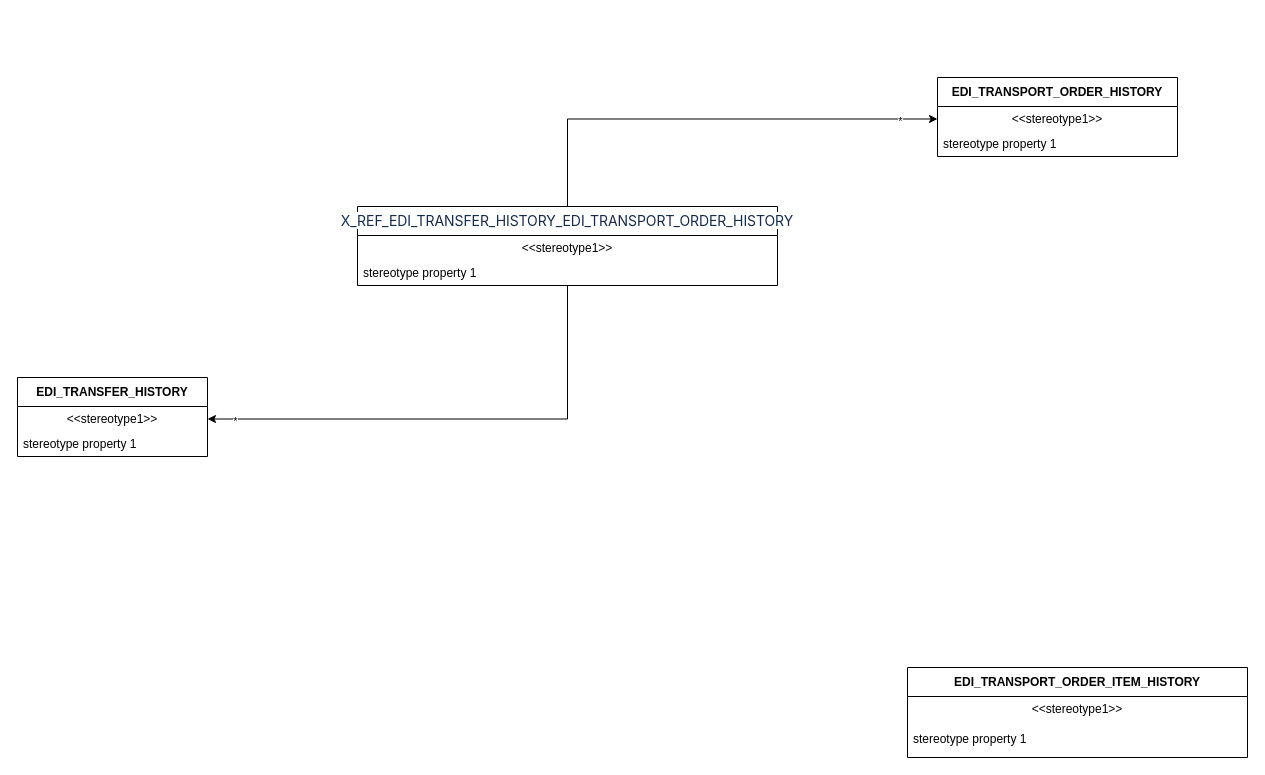
Before: EDI history.drawio in hellxcz/Common, a draw.io diagram. Source tidied: cells renumbered, new cells numbered last; positions are measured from the earlier drawing's top-left corner, leaving out a move shared by most shapes. Both pictures are drawn from the tidied source at 100%, with x=0, y=0 at pixel (17, 77).
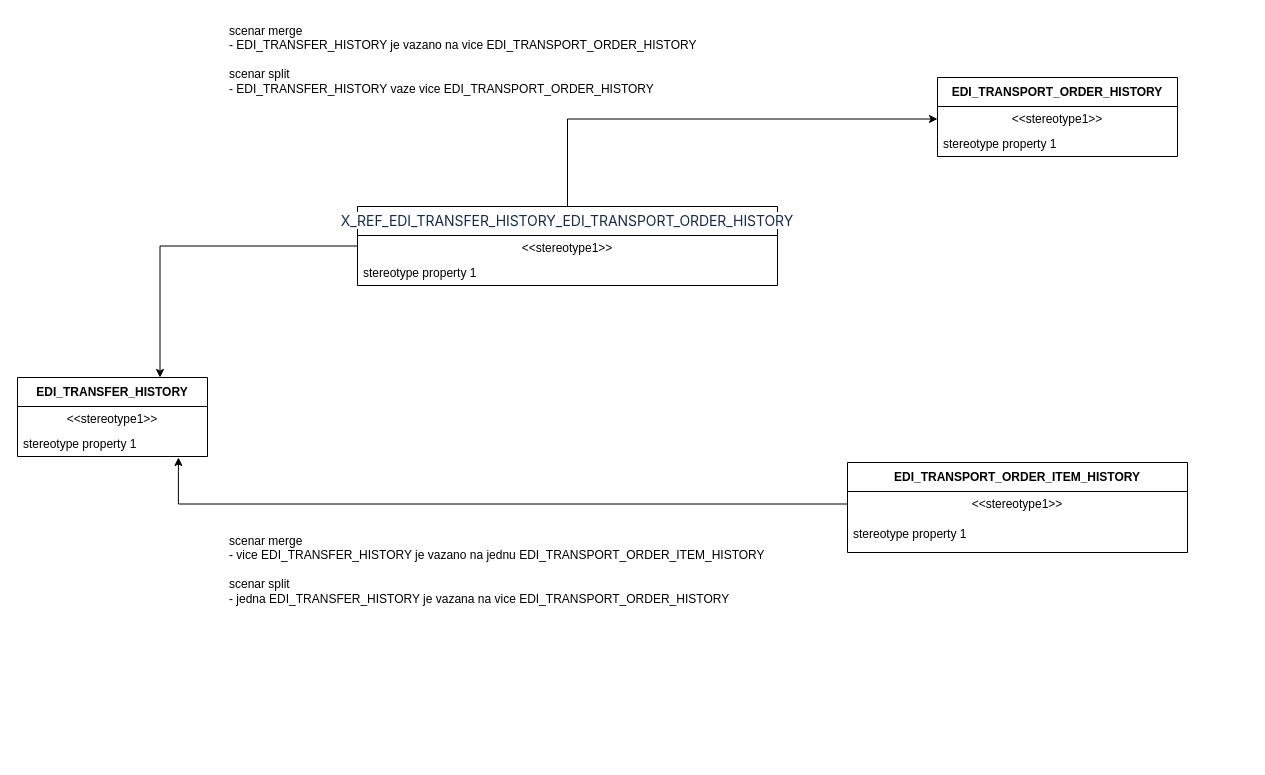
The same page after the edit.

Diff of the diagram source:
```diff
@@
 <mxGraphModel>
   <root>
     <mxCell id="0" />
     <mxCell id="1" parent="0" />
     <mxCell id="2" value="EDI_TRANSFER_HISTORY" style="swimlane;fontStyle=1;align=center;verticalAlign=middle;horizontal=1;startSize=29;html=1;whiteSpace=wrap;" parent="1" vertex="1">
       <mxGeometry y="300" width="190" height="79" as="geometry" />
     </mxCell>
     <mxCell id="3" value="&amp;lt;&amp;lt;stereotype1&amp;gt;&amp;gt;" style="text;html=1;strokeColor=none;fillColor=none;align=center;verticalAlign=middle;spacingLeft=4;spacingRight=4;overflow=hidden;points=[[0,0.5],[1,0.5]];portConstraint=eastwest;whiteSpace=wrap;" parent="2" vertex="1">
       <mxGeometry y="29" width="190" height="25" as="geometry" />
     </mxCell>
     <mxCell id="4" value="stereotype property 1" style="text;html=1;strokeColor=none;fillColor=none;align=left;verticalAlign=middle;spacingLeft=4;spacingRight=4;overflow=hidden;points=[[0,0.5],[1,0.5]];portConstraint=eastwest;whiteSpace=wrap;" parent="2" vertex="1">
       <mxGeometry y="54" width="190" height="25" as="geometry" />
     </mxCell>
     <mxCell id="5" value="EDI_TRANSPORT_ORDER_HISTORY" style="swimlane;fontStyle=1;align=center;verticalAlign=middle;horizontal=1;startSize=29;html=1;whiteSpace=wrap;" parent="1" vertex="1">
       <mxGeometry x="920" width="240" height="79" as="geometry" />
     </mxCell>
     <mxCell id="6" value="&amp;lt;&amp;lt;stereotype1&amp;gt;&amp;gt;" style="text;html=1;strokeColor=none;fillColor=none;align=center;verticalAlign=middle;spacingLeft=4;spacingRight=4;overflow=hidden;points=[[0,0.5],[1,0.5]];portConstraint=eastwest;whiteSpace=wrap;" parent="5" vertex="1">
       <mxGeometry y="29" width="240" height="25" as="geometry" />
     </mxCell>
     <mxCell id="7" value="stereotype property 1" style="text;html=1;strokeColor=none;fillColor=none;align=left;verticalAlign=middle;spacingLeft=4;spacingRight=4;overflow=hidden;whiteSpace=wrap;" parent="5" vertex="1">
       <mxGeometry y="54" width="240" height="25" as="geometry" />
     </mxCell>
     <mxCell id="8" value="EDI_TRANSPORT_ORDER_ITEM_HISTORY" style="swimlane;fontStyle=1;align=center;verticalAlign=middle;horizontal=1;startSize=29;html=1;whiteSpace=wrap;" parent="1" vertex="1">
-      <mxGeometry x="890" y="590" width="340" height="90" as="geometry" />
+      <mxGeometry x="830" y="385" width="340" height="90" as="geometry" />
     </mxCell>
     <mxCell id="9" value="&amp;lt;&amp;lt;stereotype1&amp;gt;&amp;gt;" style="text;html=1;strokeColor=none;fillColor=none;align=center;verticalAlign=middle;spacingLeft=4;spacingRight=4;overflow=hidden;points=[[0,0.5],[1,0.5]];portConstraint=eastwest;whiteSpace=wrap;" parent="8" vertex="1">
       <mxGeometry y="29" width="340" height="25" as="geometry" />
     </mxCell>
     <mxCell id="10" value="stereotype property 1" style="text;html=1;strokeColor=none;fillColor=none;align=left;verticalAlign=middle;spacingLeft=4;spacingRight=4;overflow=hidden;whiteSpace=wrap;" parent="8" vertex="1">
       <mxGeometry y="54" width="340" height="36" as="geometry" />
     </mxCell>
-    <mxCell id="11" style="edgeStyle=orthogonalEdgeStyle;rounded=0;jettySize=auto;html=1;entryX=1;entryY=0.5;entryDx=0;entryDy=0;" parent="1" edge="1" source="15" target="3">
+    <mxCell id="11" style="edgeStyle=orthogonalEdgeStyle;rounded=0;jettySize=auto;html=1;entryX=0.75;entryY=0;entryDx=0;entryDy=0;" parent="1" edge="1" source="15" target="2">
       <mxGeometry relative="1" as="geometry" />
     </mxCell>
-    <mxCell id="12" value="*" style="edgeLabel;html=1;align=center;verticalAlign=middle;" parent="11" vertex="1">
-      <mxGeometry x="0.89" y="2" relative="1" as="geometry" />
-    </mxCell>
     <mxCell id="13" style="edgeStyle=orthogonalEdgeStyle;rounded=0;jettySize=auto;html=1;" parent="1" edge="1" source="15" target="6">
       <mxGeometry relative="1" as="geometry" />
     </mxCell>
-    <mxCell id="14" value="*" style="edgeLabel;html=1;align=center;verticalAlign=middle;" parent="13" vertex="1">
-      <mxGeometry x="0.83" y="-1" relative="1" as="geometry">
-        <mxPoint x="1" y="1" as="offset" />
-      </mxGeometry>
-    </mxCell>
     <mxCell id="15" value="&lt;span style=&quot;color: rgb(23, 43, 77); font-family: -apple-system, &amp;quot;system-ui&amp;quot;, &amp;quot;Segoe UI&amp;quot;, Roboto, Oxygen, Ubuntu, &amp;quot;Fira Sans&amp;quot;, &amp;quot;Droid Sans&amp;quot;, &amp;quot;Helvetica Neue&amp;quot;, sans-serif; font-size: 14px; font-weight: 400; letter-spacing: -0.07px; text-align: left; white-space-collapse: preserve; background-color: rgb(255, 255, 255);&quot;&gt;X_REF_EDI_TRANSFER_HISTORY_EDI_TRANSPORT_ORDER_HISTORY&lt;/span&gt;" style="swimlane;fontStyle=1;align=center;verticalAlign=middle;horizontal=1;startSize=29;html=1;whiteSpace=wrap;" parent="1" vertex="1">
       <mxGeometry x="340" y="129" width="420" height="79" as="geometry" />
     </mxCell>
     <mxCell id="16" value="&amp;lt;&amp;lt;stereotype1&amp;gt;&amp;gt;" style="text;html=1;strokeColor=none;fillColor=none;align=center;verticalAlign=middle;spacingLeft=4;spacingRight=4;overflow=hidden;whiteSpace=wrap;" parent="15" vertex="1">
       <mxGeometry y="29" width="420" height="25" as="geometry" />
     </mxCell>
     <mxCell id="17" value="stereotype property 1" style="text;html=1;strokeColor=none;fillColor=none;align=left;verticalAlign=middle;spacingLeft=4;spacingRight=4;overflow=hidden;whiteSpace=wrap;" parent="15" vertex="1">
       <mxGeometry y="54" width="420" height="25" as="geometry" />
     </mxCell>
+    <mxCell id="18" style="edgeStyle=orthogonalEdgeStyle;rounded=0;jettySize=auto;html=1;entryX=0.847;entryY=1.04;entryDx=0;entryDy=0;entryPerimeter=0;" parent="1" edge="1" source="9" target="4">
+      <mxGeometry relative="1" as="geometry" />
+    </mxCell>
+    <mxCell id="19" value="scenar merge&lt;div&gt;- EDI_TRANSFER_HISTORY je vazano na vice&amp;nbsp;&lt;span style=&quot;text-align: center; background-color: initial;&quot;&gt;EDI_TRANSPORT_ORDER_HISTORY&lt;/span&gt;&lt;/div&gt;&lt;div&gt;&lt;span style=&quot;text-align: center; background-color: initial;&quot;&gt;&lt;br&gt;&lt;/span&gt;&lt;/div&gt;&lt;div&gt;&lt;span style=&quot;text-align: center; background-color: initial;&quot;&gt;scenar split&lt;/span&gt;&lt;/div&gt;&lt;div&gt;&lt;span style=&quot;text-align: center; background-color: initial;&quot;&gt;-&amp;nbsp;&lt;/span&gt;&lt;span style=&quot;background-color: initial;&quot;&gt;EDI_TRANSFER_HISTORY vaze vice&amp;nbsp;&lt;/span&gt;&lt;span style=&quot;background-color: initial; text-align: center;&quot;&gt;EDI_TRANSPORT_ORDER_HISTORY&lt;/span&gt;&lt;/div&gt;" style="text;html=1;align=left;verticalAlign=top;whiteSpace=wrap;rounded=0;" parent="1" vertex="1">
+      <mxGeometry x="210" y="-60" width="560" height="100" as="geometry" />
+    </mxCell>
+    <mxCell id="20" value="scenar merge&lt;div&gt;- vice EDI_TRANSFER_HISTORY je vazano na jednu&amp;nbsp;&lt;span style=&quot;text-align: center; background-color: initial;&quot;&gt;EDI_TRANSPORT_ORDER_ITEM_HISTORY&lt;/span&gt;&lt;/div&gt;&lt;div&gt;&lt;span style=&quot;text-align: center; background-color: initial;&quot;&gt;&lt;br&gt;&lt;/span&gt;&lt;/div&gt;&lt;div&gt;&lt;span style=&quot;text-align: center; background-color: initial;&quot;&gt;scenar split&lt;/span&gt;&lt;/div&gt;&lt;div&gt;&lt;span style=&quot;text-align: center; background-color: initial;&quot;&gt;- jedna&amp;nbsp;&lt;/span&gt;&lt;span style=&quot;background-color: initial;&quot;&gt;EDI_TRANSFER_HISTORY je vazana na vice&amp;nbsp;&lt;/span&gt;&lt;span style=&quot;background-color: initial; text-align: center;&quot;&gt;EDI_TRANSPORT_ORDER_HISTORY&lt;/span&gt;&lt;/div&gt;" style="text;html=1;align=left;verticalAlign=top;whiteSpace=wrap;rounded=0;" parent="1" vertex="1">
+      <mxGeometry x="210" y="450" width="560" height="100" as="geometry" />
+    </mxCell>
   </root>
 </mxGraphModel>
```
